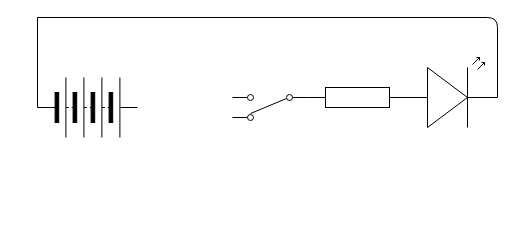
Before: Cole Porter - TEJ3M - Unit #4-05.drawio in ColePor/TEJ3M---Unit-4, a draw.io diagram. Source tidied: cells renumbered, new cells numbered last; positions are measured from the earlier drawing's top-left corner, leaving out a move shared by most shapes. Both pictures are drawn from the tidied source at 100%, with x=0, y=0 at pixel (37, 17).
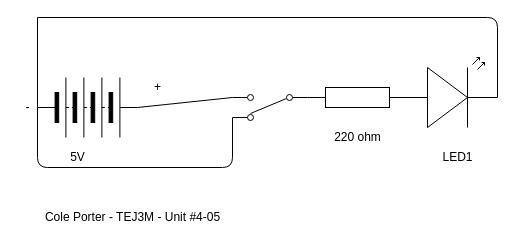
After the change.

Commit message (it also covers changes not shown here):
Cole Porter - TEJ3M - Unit #4-05

What changed in the source:
```diff
@@
 <mxGraphModel>
   <root>
     <mxCell id="0" />
     <mxCell id="1" parent="0" />
     <mxCell id="2" style="edgeStyle=none;html=1;exitX=0;exitY=0.5;exitDx=0;exitDy=0;endArrow=none;endFill=0;" parent="1" edge="1" source="3">
       <mxGeometry relative="1" as="geometry">
         <mxPoint as="targetPoint" />
       </mxGeometry>
     </mxCell>
+    <mxCell id="8" style="edgeStyle=none;html=1;exitX=1;exitY=0.5;exitDx=0;exitDy=0;entryX=1;entryY=0.885;entryDx=0;entryDy=0;entryPerimeter=0;endArrow=none;endFill=0;" parent="1" edge="1" source="3" target="7">
+      <mxGeometry relative="1" as="geometry" />
+    </mxCell>
     <mxCell id="3" style="verticalLabelPosition=bottom;shadow=0;dashed=0;align=center;html=1;verticalAlign=top;shape=mxgraph.electrical.miscellaneous.batteryStack;" parent="1" vertex="1">
       <mxGeometry y="60" width="100" height="60" as="geometry" />
     </mxCell>
     <mxCell id="4" style="verticalLabelPosition=bottom;shadow=0;dashed=0;align=center;html=1;verticalAlign=top;shape=mxgraph.electrical.resistors.resistor_1;" parent="1" vertex="1">
       <mxGeometry x="270" y="70" width="100" height="20" as="geometry" />
     </mxCell>
     <mxCell id="5" style="edgeStyle=none;html=1;exitX=1;exitY=0.57;exitDx=0;exitDy=0;exitPerimeter=0;endArrow=none;endFill=0;" parent="1" edge="1" source="6">
       <mxGeometry relative="1" as="geometry">
         <mxPoint as="targetPoint" />
         <Array as="points">
           <mxPoint x="460" />
         </Array>
       </mxGeometry>
     </mxCell>
     <mxCell id="6" style="verticalLabelPosition=bottom;shadow=0;dashed=0;align=center;html=1;verticalAlign=top;shape=mxgraph.electrical.opto_electronics.led_2;" parent="1" vertex="1">
       <mxGeometry x="360" y="40" width="100" height="70" as="geometry" />
     </mxCell>
+    <mxCell id="9" style="edgeStyle=none;html=1;exitX=1;exitY=0.115;exitDx=0;exitDy=0;exitPerimeter=0;endArrow=none;endFill=0;entryX=0;entryY=0.5;entryDx=0;entryDy=0;" parent="1" edge="1" source="7" target="3">
+      <mxGeometry relative="1" as="geometry">
+        <Array as="points">
+          <mxPoint x="195" y="150" />
+          <mxPoint y="150" />
+        </Array>
+      </mxGeometry>
+    </mxCell>
     <mxCell id="7" style="verticalLabelPosition=bottom;shadow=0;dashed=0;align=center;html=1;verticalAlign=top;shape=mxgraph.electrical.electro-mechanical.2-way_switch;rotation=-180;" parent="1" vertex="1">
       <mxGeometry x="195" y="77" width="75" height="26" as="geometry" />
     </mxCell>
+    <mxCell id="10" value="+" style="text;html=1;align=center;verticalAlign=middle;strokeColor=none;fillColor=none;" parent="1" vertex="1">
+      <mxGeometry x="110" y="60" width="20" height="20" as="geometry" />
+    </mxCell>
+    <mxCell id="11" value="-" style="text;html=1;align=center;verticalAlign=middle;strokeColor=none;fillColor=none;" parent="1" vertex="1">
+      <mxGeometry x="-20" y="80" width="20" height="20" as="geometry" />
+    </mxCell>
+    <mxCell id="12" value="220 ohm" style="text;html=1;align=center;verticalAlign=middle;strokeColor=none;fillColor=none;" parent="1" vertex="1">
+      <mxGeometry x="290" y="110" width="60" height="20" as="geometry" />
+    </mxCell>
+    <mxCell id="13" value="LED1&lt;br&gt;" style="text;html=1;align=center;verticalAlign=middle;strokeColor=none;fillColor=none;" parent="1" vertex="1">
+      <mxGeometry x="395" y="130" width="50" height="20" as="geometry" />
+    </mxCell>
+    <mxCell id="14" value="5V" style="text;html=1;align=center;verticalAlign=middle;strokeColor=none;fillColor=none;" parent="1" vertex="1">
+      <mxGeometry x="25" y="130" width="30" height="20" as="geometry" />
+    </mxCell>
+    <mxCell id="15" value="Cole Porter - TEJ3M - Unit #4-05" style="text;html=1;align=center;verticalAlign=middle;strokeColor=none;fillColor=none;" parent="1" vertex="1">
+      <mxGeometry y="190" width="190" height="20" as="geometry" />
+    </mxCell>
   </root>
 </mxGraphModel>
```
